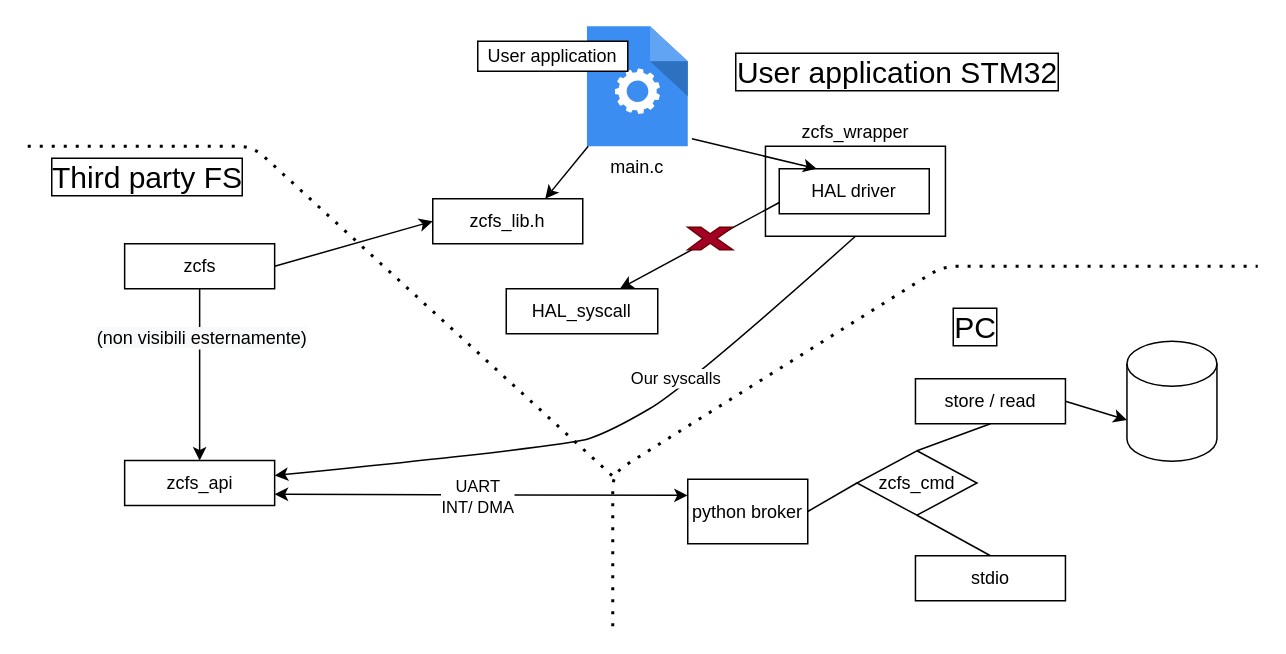
Before: imgs/drawio_schemas/system_architecture.drawio in Millerkjc/zcfs, a draw.io diagram. Source tidied: cells renumbered, new cells numbered last; positions are measured from the earlier drawing's top-left corner, leaving out a move shared by most shapes. Both pictures are drawn from the tidied source at 150%, with x=0, y=0 at pixel (27, 26).
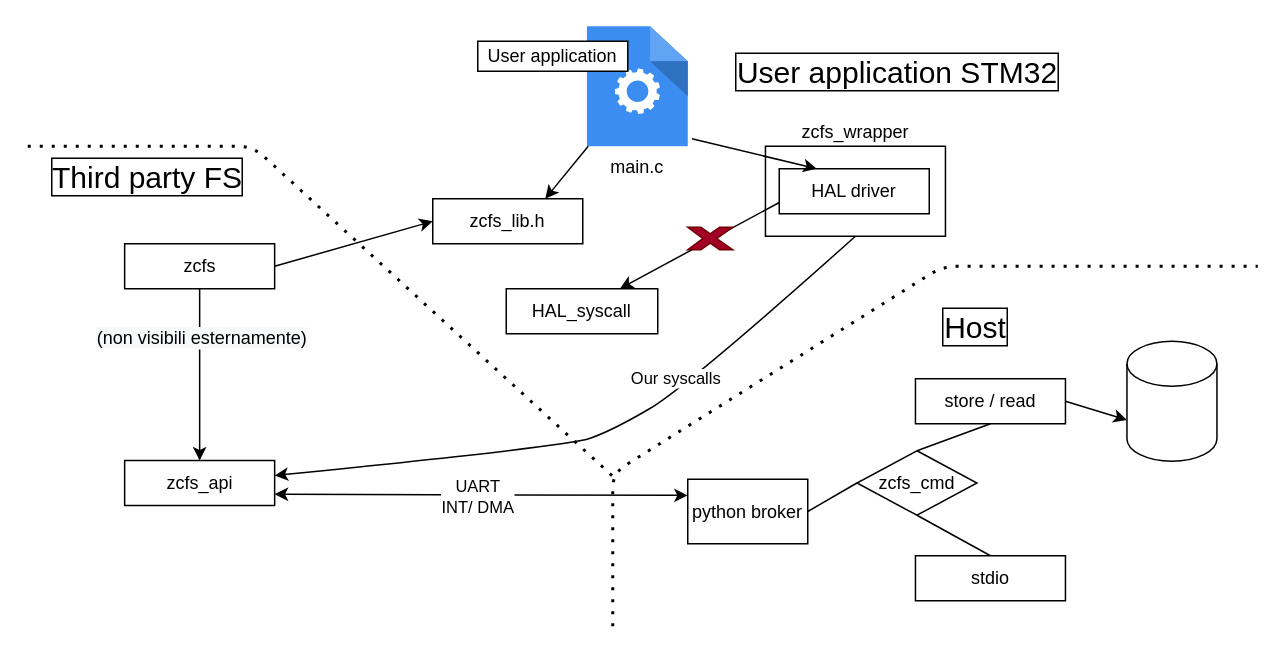
The same diagram, later.

Commit message (it also covers changes not shown here):
[imgs schemas] - fix

Diff of the diagram source:
```diff
@@
-    <mxCell id="30" value="PC" style="text;html=1;strokeColor=none;fillColor=none;align=center;verticalAlign=middle;whiteSpace=wrap;rounded=0;labelBackgroundColor=none;fontSize=20;labelBorderColor=#000000;fontColor=#000000;" parent="1" vertex="1">
+    <mxCell id="30" value="Host" style="text;html=1;strokeColor=none;fillColor=none;align=center;verticalAlign=middle;whiteSpace=wrap;rounded=0;labelBackgroundColor=none;fontSize=20;labelBorderColor=#000000;fontColor=#000000;" parent="1" vertex="1">
       <mxGeometry x="611.8" y="190" width="40" height="20" as="geometry" />
     </mxCell>
```
